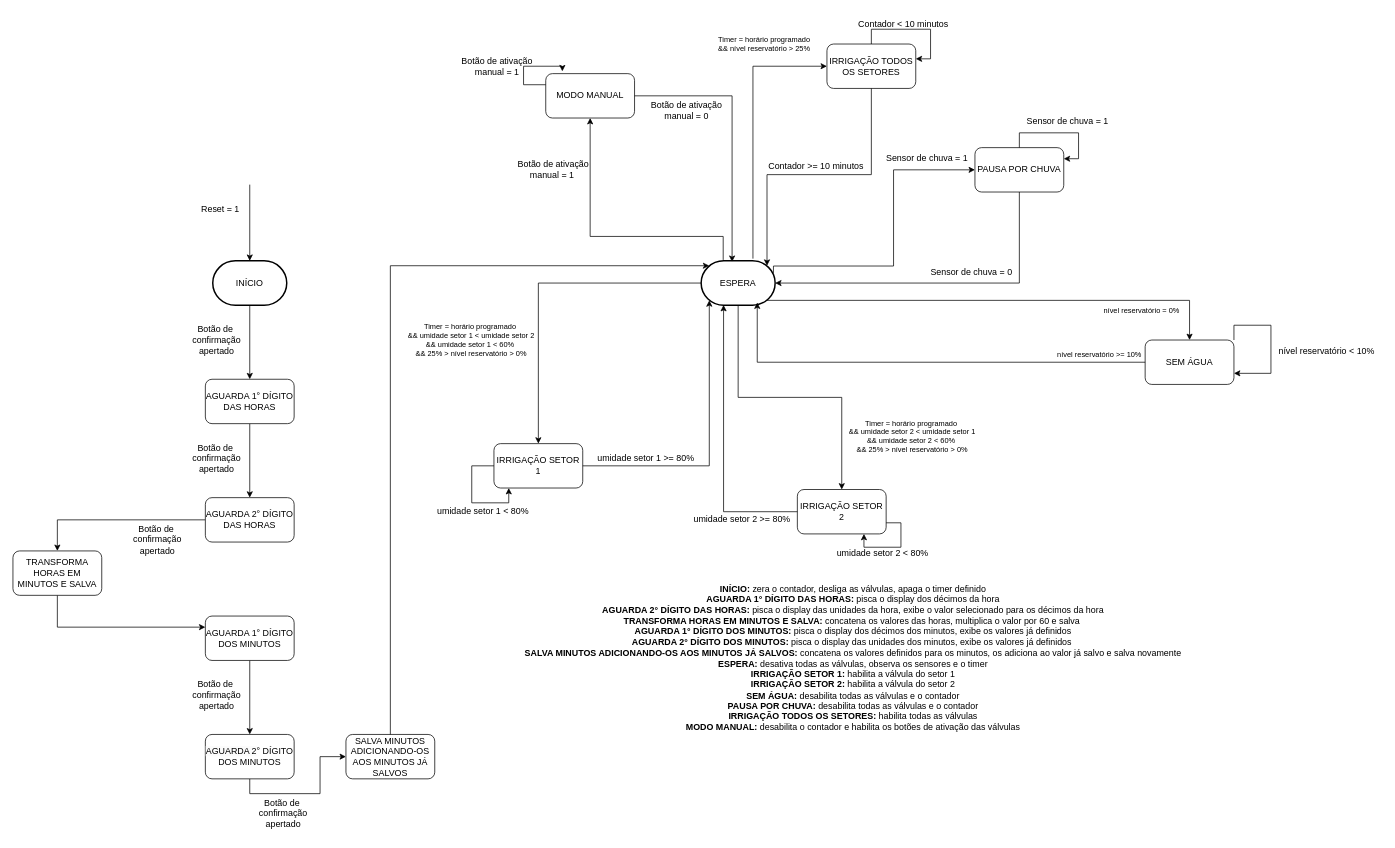
The draw.io diagram page "FSM alto nível" (3 of 4) of docs/diagramas.drawio in bbiancalopess/fsm-sistema-irrigacao, before the edit. Source tidied: cells renumbered, new cells numbered last; positions are measured from the earlier drawing's top-left corner, leaving out a move shared by most shapes. Both pictures are drawn from the tidied source at 74%, with x=0, y=0 at pixel (13, 13).
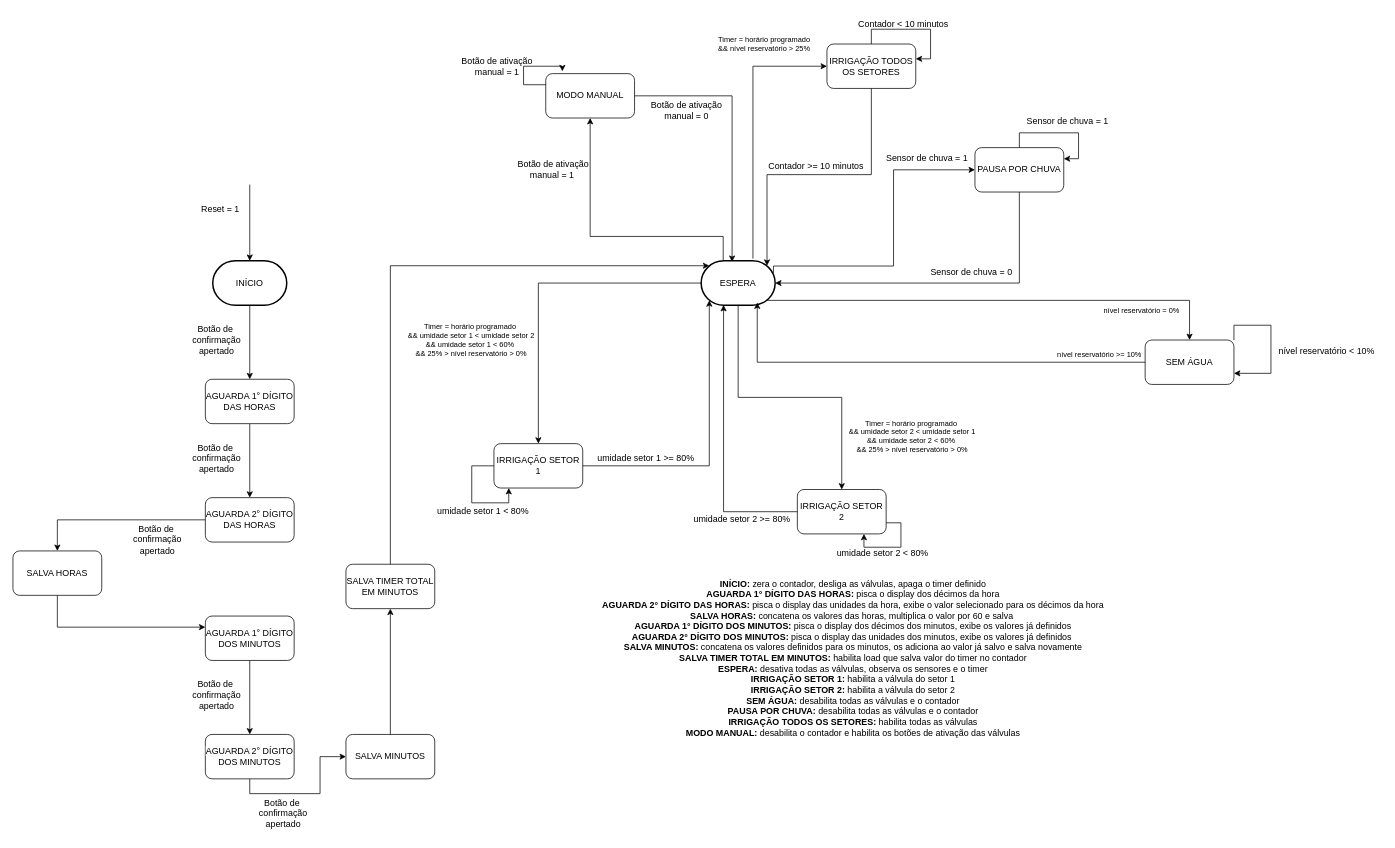
Above is the later version.

The change refers to these unchanged cells:
```xml
<mxCell id="18" value="ESPERA" style="strokeWidth=2;html=1;shape=mxgraph.flowchart.terminator;whiteSpace=wrap;" parent="1" vertex="1">
  <mxGeometry x="930" y="335" width="100" height="60" as="geometry" />
</mxCell>
```

Change to the diagram source:
```diff
@@
-    <mxCell id="21" value="TRANSFORMA HORAS EM MINUTOS E SALVA" style="rounded=1;whiteSpace=wrap;html=1;" parent="1" vertex="1">
+    <mxCell id="21" value="SALVA HORAS" style="rounded=1;whiteSpace=wrap;html=1;" parent="1" vertex="1">
       <mxGeometry y="727" width="120" height="60" as="geometry" />
     </mxCell>
+    <mxCell id="68" style="edgeStyle=orthogonalEdgeStyle;rounded=0;jettySize=auto;html=1;exitX=0.5;exitY=0;exitDx=0;exitDy=0;entryX=0.5;entryY=1;entryDx=0;entryDy=0;" parent="1" edge="1" source="22" target="69">
+      <mxGeometry relative="1" as="geometry" />
+    </mxCell>
-    <mxCell id="22" value="SALVA MINUTOS ADICIONANDO-OS AOS MINUTOS JÁ SALVOS" style="rounded=1;whiteSpace=wrap;html=1;" parent="1" vertex="1">
+    <mxCell id="22" value="SALVA MINUTOS" style="rounded=1;whiteSpace=wrap;html=1;" parent="1" vertex="1">
       <mxGeometry x="450" y="975" width="120" height="60" as="geometry" />
     </mxCell>
-    <mxCell id="23" style="edgeStyle=orthogonalEdgeStyle;rounded=0;jettySize=auto;html=1;exitX=0.5;exitY=0;exitDx=0;exitDy=0;entryX=0.11;entryY=0.11;entryDx=0;entryDy=0;entryPerimeter=0;" parent="1" edge="1" source="22" target="18">
-      <mxGeometry relative="1" as="geometry">
-        <Array as="points">
-          <mxPoint x="510" y="342" />
-        </Array>
-      </mxGeometry>
-    </mxCell>
@@
-    <mxCell id="67" value="&lt;b&gt;INÍCIO:&lt;/b&gt;&amp;nbsp;zera o contador, desliga as válvulas, apaga o timer definido&lt;div&gt;&lt;b&gt;AGUARDA 1° DÍGITO DAS HORAS: &lt;/b&gt;pisca o display dos décimos da hora&lt;/div&gt;&lt;div&gt;&lt;b style=&quot;background-color: initial;&quot;&gt;AGUARDA 2° DÍGITO DAS HORAS:&amp;nbsp;&lt;/b&gt;&lt;span style=&quot;background-color: initial;&quot;&gt;pisca o display das unidades da hora, exibe o valor selecionado para os décimos da hora&lt;/span&gt;&lt;/div&gt;&lt;div&gt;&lt;span style=&quot;background-color: initial;&quot;&gt;&lt;b&gt;TRANSFORMA HORAS EM MINUTOS E SALVA: &lt;/b&gt;concatena os valores das horas, multiplica o valor por 60 e salva&amp;nbsp;&lt;/span&gt;&lt;/div&gt;&lt;div&gt;&lt;b style=&quot;background-color: initial;&quot;&gt;AGUARDA 1° DÍGITO DOS MINUTOS:&amp;nbsp;&lt;/b&gt;&lt;span style=&quot;background-color: initial;&quot;&gt;pisca o display dos décimos dos minutos, exibe os valores já definidos&lt;/span&gt;&lt;/div&gt;&lt;div&gt;&lt;b style=&quot;background-color: initial;&quot;&gt;AGUARDA 2° DÍGITO DOS MINUTOS:&amp;nbsp;&lt;/b&gt;&lt;span style=&quot;background-color: initial;&quot;&gt;pisca o display das unidades dos minutos, exibe os valores já definidos&lt;/span&gt;&lt;b&gt;&amp;nbsp;&lt;/b&gt;&lt;/div&gt;&lt;div&gt;&lt;b&gt;SALVA MINUTOS ADICIONANDO-OS AOS MINUTOS JÁ SALVOS: &lt;/b&gt;concatena os valores definidos para os minutos, os adiciona ao valor já salvo e salva novamente&lt;/div&gt;&lt;div&gt;&lt;b&gt;ESPERA: &lt;/b&gt;desativa todas as válvulas, observa os sensores e o timer&lt;/div&gt;&lt;div&gt;&lt;b&gt;IRRIGAÇÃO SETOR 1: &lt;/b&gt;habilita a válvula do setor 1&lt;/div&gt;&lt;div&gt;&lt;b&gt;IRRIGAÇÃO SETOR 2: &lt;/b&gt;habilita a válvula do setor 2&lt;/div&gt;&lt;div&gt;&lt;b&gt;SEM ÁGUA: &lt;/b&gt;desabilita todas as válvulas e o contador&lt;/div&gt;&lt;div&gt;&lt;b&gt;PAUSA POR CHUVA: &lt;/b&gt;desabilita todas as válvulas e o contador&lt;/div&gt;&lt;div&gt;&lt;b&gt;IRRIGAÇÃO TODOS OS SETORES: &lt;/b&gt;habilita todas as válvulas&lt;/div&gt;&lt;div&gt;&lt;b&gt;MODO MANUAL: &lt;/b&gt;desabilita o contador e habilita os botões de ativação das válvulas&lt;/div&gt;" style="text;html=1;align=center;verticalAlign=middle;strokeColor=none;fillColor=none;" parent="1" vertex="1">
-      <mxGeometry x="680" y="762" width="910" height="220" as="geometry" />
+    <mxCell id="67" value="&lt;b&gt;INÍCIO:&lt;/b&gt;&amp;nbsp;zera o contador, desliga as válvulas, apaga o timer definido&lt;div&gt;&lt;b&gt;AGUARDA 1° DÍGITO DAS HORAS: &lt;/b&gt;pisca o display dos décimos da hora&lt;/div&gt;&lt;div&gt;&lt;b style=&quot;background-color: initial;&quot;&gt;AGUARDA 2° DÍGITO DAS HORAS:&amp;nbsp;&lt;/b&gt;&lt;span style=&quot;background-color: initial;&quot;&gt;pisca o display das unidades da hora, exibe o valor selecionado para os décimos da hora&lt;/span&gt;&lt;/div&gt;&lt;div&gt;&lt;span style=&quot;background-color: initial;&quot;&gt;&lt;b&gt;SALVA HORAS: &lt;/b&gt;concatena os valores das horas, multiplica o valor por 60 e salva&amp;nbsp;&lt;/span&gt;&lt;/div&gt;&lt;div&gt;&lt;b style=&quot;background-color: initial;&quot;&gt;AGUARDA 1° DÍGITO DOS MINUTOS:&amp;nbsp;&lt;/b&gt;&lt;span style=&quot;background-color: initial;&quot;&gt;pisca o display dos décimos dos minutos, exibe os valores já definidos&lt;/span&gt;&lt;/div&gt;&lt;div&gt;&lt;b style=&quot;background-color: initial;&quot;&gt;AGUARDA 2° DÍGITO DOS MINUTOS:&amp;nbsp;&lt;/b&gt;&lt;span style=&quot;background-color: initial;&quot;&gt;pisca o display das unidades dos minutos, exibe os valores já definidos&lt;/span&gt;&lt;b&gt;&amp;nbsp;&lt;/b&gt;&lt;/div&gt;&lt;div&gt;&lt;b&gt;SALVA MINUTOS: &lt;/b&gt;concatena os valores definidos para os minutos, os adiciona ao valor já salvo e salva novamente&lt;/div&gt;&lt;div&gt;&lt;b&gt;SALVA TIMER TOTAL EM MINUTOS: &lt;/b&gt;habilita load que salva valor do timer no contador&lt;/div&gt;&lt;div&gt;&lt;b&gt;ESPERA: &lt;/b&gt;desativa todas as válvulas, observa os sensores e o timer&lt;/div&gt;&lt;div&gt;&lt;b&gt;IRRIGAÇÃO SETOR 1: &lt;/b&gt;habilita a válvula do setor 1&lt;/div&gt;&lt;div&gt;&lt;b&gt;IRRIGAÇÃO SETOR 2: &lt;/b&gt;habilita a válvula do setor 2&lt;/div&gt;&lt;div&gt;&lt;b&gt;SEM ÁGUA: &lt;/b&gt;desabilita todas as válvulas e o contador&lt;/div&gt;&lt;div&gt;&lt;b&gt;PAUSA POR CHUVA: &lt;/b&gt;desabilita todas as válvulas e o contador&lt;/div&gt;&lt;div&gt;&lt;b&gt;IRRIGAÇÃO TODOS OS SETORES: &lt;/b&gt;habilita todas as válvulas&lt;/div&gt;&lt;div&gt;&lt;b&gt;MODO MANUAL: &lt;/b&gt;desabilita o contador e habilita os botões de ativação das válvulas&lt;/div&gt;" style="text;html=1;align=center;verticalAlign=middle;strokeColor=none;fillColor=none;" parent="1" vertex="1">
+      <mxGeometry x="785" y="757" width="700" height="230" as="geometry" />
     </mxCell>
+    <mxCell id="69" value="SALVA TIMER TOTAL EM MINUTOS" style="rounded=1;whiteSpace=wrap;html=1;" parent="1" vertex="1">
+      <mxGeometry x="450" y="745" width="120" height="60" as="geometry" />
+    </mxCell>
+    <mxCell id="70" style="edgeStyle=orthogonalEdgeStyle;rounded=0;jettySize=auto;html=1;exitX=0.5;exitY=0;exitDx=0;exitDy=0;entryX=0.11;entryY=0.11;entryDx=0;entryDy=0;entryPerimeter=0;" parent="1" edge="1" source="69" target="18">
+      <mxGeometry relative="1" as="geometry">
+        <Array as="points">
+          <mxPoint x="510" y="342" />
+        </Array>
+      </mxGeometry>
+    </mxCell>
```
